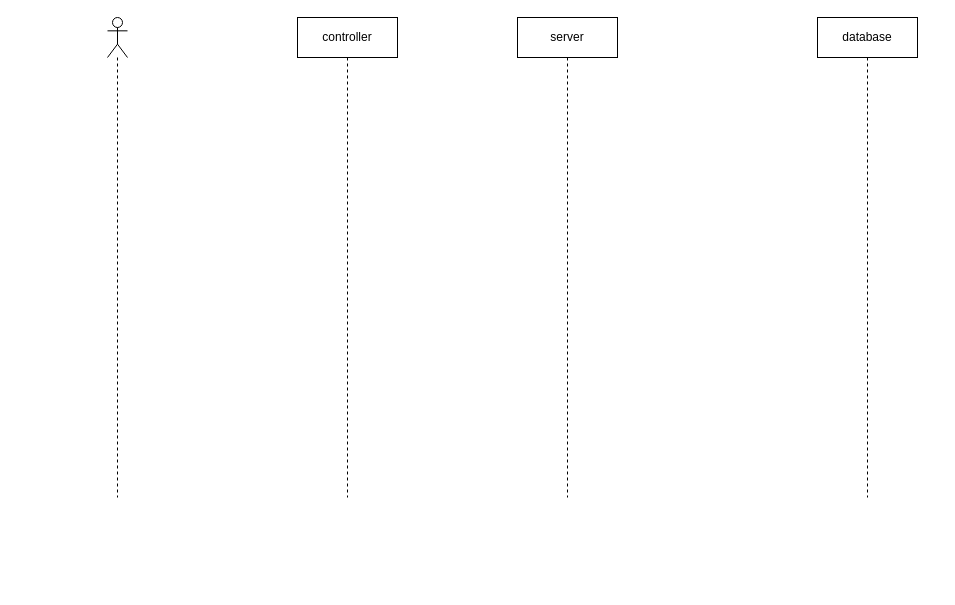
This is upnhac.drawio from letham1612/test.ithub, a draw.io file, before an edit. Source tidied: cells renumbered, new cells numbered last; positions are measured from the earlier drawing's top-left corner, leaving out a move shared by most shapes. Both pictures are drawn from the tidied source at 100%, with x=0, y=0 at pixel (107, 17).
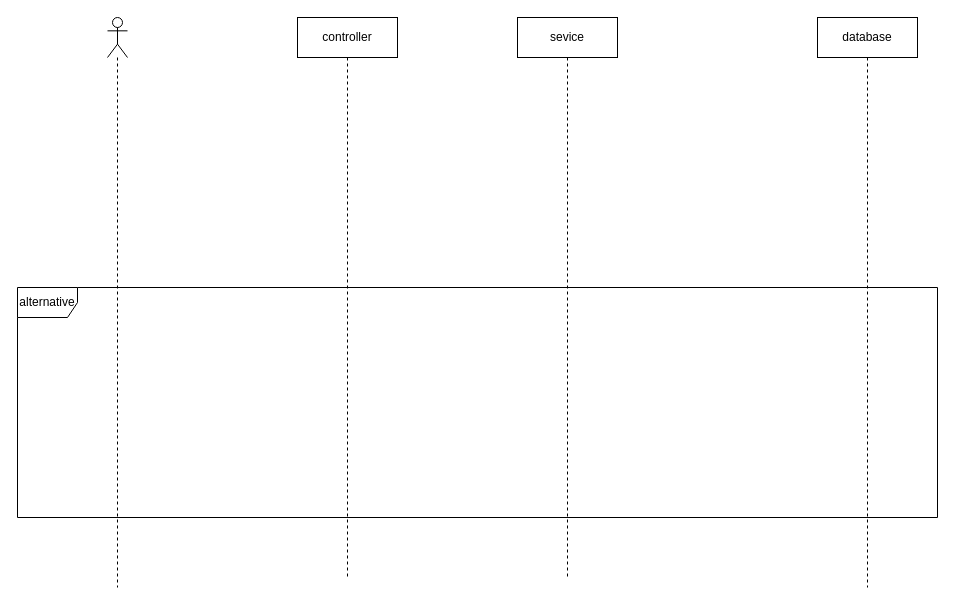
Above is the later version.

Commit message (it also covers changes not shown here):
Cập nhật upnhac.drawio

What changed in the source:
```diff
@@
 <mxGraphModel>
   <root>
     <mxCell id="0" />
     <mxCell id="1" parent="0" />
     <mxCell id="2" style="shape=umlLifeline;perimeter=lifelinePerimeter;whiteSpace=wrap;html=1;newEdgeStyle={&quot;curved&quot;:0,&quot;rounded&quot;:0};participant=umlActor;" parent="1" vertex="1">
-      <mxGeometry width="20" height="480" as="geometry" />
+      <mxGeometry width="20" height="570" as="geometry" />
     </mxCell>
     <mxCell id="3" value="controller" style="shape=umlLifeline;perimeter=lifelinePerimeter;whiteSpace=wrap;html=1;newEdgeStyle={&quot;curved&quot;:0,&quot;rounded&quot;:0};" parent="1" vertex="1">
-      <mxGeometry x="190" width="100" height="480" as="geometry" />
+      <mxGeometry x="190" width="100" height="560" as="geometry" />
     </mxCell>
-    <mxCell id="4" value="server" style="shape=umlLifeline;perimeter=lifelinePerimeter;whiteSpace=wrap;html=1;newEdgeStyle={&quot;curved&quot;:0,&quot;rounded&quot;:0};" parent="1" vertex="1">
-      <mxGeometry x="410" width="100" height="480" as="geometry" />
+    <mxCell id="4" value="sevice" style="shape=umlLifeline;perimeter=lifelinePerimeter;whiteSpace=wrap;html=1;newEdgeStyle={&quot;curved&quot;:0,&quot;rounded&quot;:0};" parent="1" vertex="1">
+      <mxGeometry x="410" width="100" height="560" as="geometry" />
     </mxCell>
     <mxCell id="5" value="database" style="shape=umlLifeline;perimeter=lifelinePerimeter;whiteSpace=wrap;html=1;newEdgeStyle={&quot;curved&quot;:0,&quot;rounded&quot;:0};" parent="1" vertex="1">
-      <mxGeometry x="710" width="100" height="480" as="geometry" />
+      <mxGeometry x="710" width="100" height="570" as="geometry" />
     </mxCell>
+    <mxCell id="6" value="alternative" style="shape=umlFrame;whiteSpace=wrap;html=1;" parent="1" vertex="1">
+      <mxGeometry x="-90" y="270" width="920" height="230" as="geometry" />
+    </mxCell>
   </root>
 </mxGraphModel>
```
